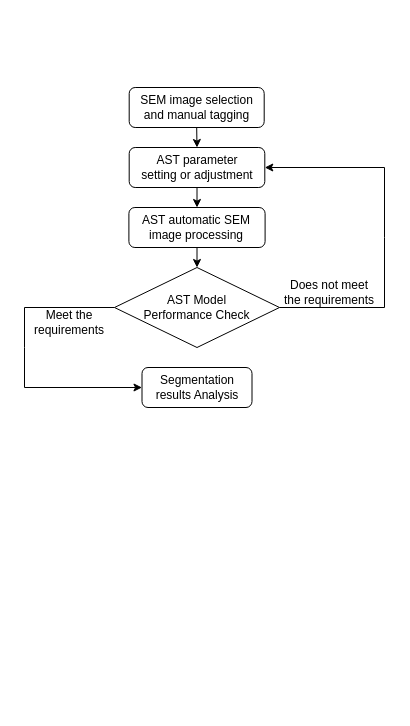
Before: 1.drawio in Wang194/sust, a draw.io diagram. Source tidied: cells renumbered, new cells numbered last; positions are measured from the earlier drawing's top-left corner, leaving out a move shared by most shapes. Both pictures are drawn from the tidied source at 100%, with x=0, y=0 at pixel (24, 87).
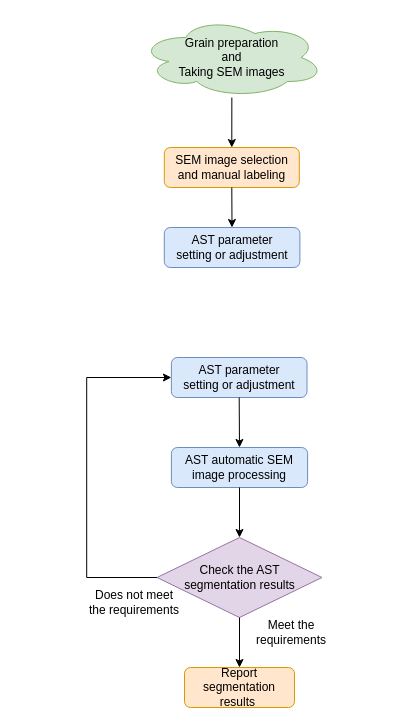
The same diagram, later.

The edit, as a diff of the source:
```diff
@@
 <mxGraphModel>
   <root>
     <mxCell id="0" />
     <mxCell id="1" parent="0" />
-    <mxCell id="2" value="SEM image selection and manual tagging" style="rounded=1;whiteSpace=wrap;html=1;" parent="1" vertex="1">
-      <mxGeometry x="104.7" width="135" height="40" as="geometry" />
+    <mxCell id="2" value="SEM image selection and manual labeling" style="rounded=1;whiteSpace=wrap;html=1;fillColor=#ffe6cc;strokeColor=#d79b00;" parent="1" vertex="1">
+      <mxGeometry x="139.8" y="60" width="135" height="40" as="geometry" />
     </mxCell>
-    <mxCell id="3" value="AST parameter &lt;br&gt;setting or adjustment" style="rounded=1;whiteSpace=wrap;html=1;" parent="1" vertex="1">
-      <mxGeometry x="104.7" y="60" width="135.6" height="40" as="geometry" />
+    <mxCell id="3" value="AST parameter &lt;br&gt;setting or adjustment" style="rounded=1;whiteSpace=wrap;html=1;fillColor=#dae8fc;strokeColor=#6c8ebf;" parent="1" vertex="1">
+      <mxGeometry x="146.9" y="270" width="135.6" height="40" as="geometry" />
     </mxCell>
-    <mxCell id="4" value="AST automatic SEM image processing" style="rounded=1;whiteSpace=wrap;html=1;" parent="1" vertex="1">
-      <mxGeometry x="104.4" y="120" width="136.2" height="40" as="geometry" />
+    <mxCell id="4" value="AST automatic SEM image processing" style="rounded=1;whiteSpace=wrap;html=1;fillColor=#dae8fc;strokeColor=#6c8ebf;" parent="1" vertex="1">
+      <mxGeometry x="146.9" y="360" width="136.2" height="40" as="geometry" />
     </mxCell>
-    <mxCell id="5" value="AST Model &lt;br&gt;Performance Check" style="rhombus;whiteSpace=wrap;html=1;" parent="1" vertex="1">
-      <mxGeometry x="90" y="180" width="165" height="80" as="geometry" />
+    <mxCell id="5" value="Check the AST &lt;br&gt;segmentation results" style="rhombus;whiteSpace=wrap;html=1;fillColor=#e1d5e7;strokeColor=#9673a6;" parent="1" vertex="1">
+      <mxGeometry x="132.5" y="450" width="165" height="80" as="geometry" />
     </mxCell>
-    <mxCell id="6" style="endArrow=classic;html=1;rounded=0;exitX=1;exitY=0.5;exitDx=0;exitDy=0;entryX=1;entryY=0.5;entryDx=0;entryDy=0;" parent="1" edge="1" source="5" target="3">
-      <mxGeometry relative="1" as="geometry">
-        <Array as="points">
-          <mxPoint x="360" y="220" />
-          <mxPoint x="360" y="150" />
-          <mxPoint x="360" y="80" />
-        </Array>
-      </mxGeometry>
-    </mxCell>
     <mxCell id="7" value="Does not meet the requirements" style="text;html=1;strokeColor=none;fillColor=none;align=center;verticalAlign=middle;whiteSpace=wrap;rounded=0;" parent="1" vertex="1">
-      <mxGeometry x="255" y="190" width="100" height="30" as="geometry" />
+      <mxGeometry x="60" y="500" width="100" height="30" as="geometry" />
     </mxCell>
-    <mxCell id="8" value="Segmentation results Analysis" style="rounded=1;whiteSpace=wrap;html=1;" parent="1" vertex="1">
-      <mxGeometry x="117.5" y="280" width="110" height="40" as="geometry" />
+    <mxCell id="8" value="Report&lt;br&gt;segmentation results&amp;nbsp;" style="rounded=1;whiteSpace=wrap;html=1;fillColor=#ffe6cc;strokeColor=#d79b00;" parent="1" vertex="1">
+      <mxGeometry x="160" y="580" width="110" height="40" as="geometry" />
     </mxCell>
-    <mxCell id="9" style="endArrow=classic;html=1;rounded=0;exitX=0;exitY=0.5;exitDx=0;exitDy=0;entryX=0;entryY=0.5;entryDx=0;entryDy=0;" parent="1" edge="1" source="5" target="8">
-      <mxGeometry relative="1" as="geometry">
-        <Array as="points">
-          <mxPoint y="220" />
-          <mxPoint y="260" />
-          <mxPoint y="300" />
-        </Array>
-      </mxGeometry>
-    </mxCell>
     <mxCell id="10" value="Meet the requirements" style="text;html=1;strokeColor=none;fillColor=none;align=center;verticalAlign=middle;whiteSpace=wrap;rounded=0;" parent="1" vertex="1">
-      <mxGeometry y="220" width="90" height="30" as="geometry" />
+      <mxGeometry x="222.2" y="530" width="90" height="30" as="geometry" />
     </mxCell>
     <mxCell id="11" style="endArrow=classic;html=1;rounded=0;exitX=0.5;exitY=1;exitDx=0;exitDy=0;entryX=0.5;entryY=0;entryDx=0;entryDy=0;" parent="1" edge="1" source="3" target="4">
       <mxGeometry relative="1" as="geometry" />
     </mxCell>
     <mxCell id="12" style="endArrow=classic;html=1;rounded=0;exitX=0.5;exitY=1;exitDx=0;exitDy=0;entryX=0.5;entryY=0;entryDx=0;entryDy=0;" parent="1" edge="1" source="4" target="5">
       <mxGeometry relative="1" as="geometry" />
     </mxCell>
-    <mxCell id="13" style="endArrow=classic;html=1;rounded=0;exitX=0.5;exitY=1;exitDx=0;exitDy=0;entryX=0.5;entryY=0;entryDx=0;entryDy=0;" parent="1" edge="1" source="2" target="3">
+    <mxCell id="13" style="endArrow=classic;html=1;rounded=0;exitX=0.5;exitY=1;exitDx=0;exitDy=0;" parent="1" edge="1" source="2" target="14">
       <mxGeometry relative="1" as="geometry" />
     </mxCell>
+    <mxCell id="9" style="endArrow=classic;html=1;rounded=0;exitX=0.5;exitY=1;exitDx=0;exitDy=0;entryX=0.5;entryY=0;entryDx=0;entryDy=0;" parent="1" edge="1" source="5" target="8">
+      <mxGeometry relative="1" as="geometry" />
+    </mxCell>
+    <mxCell id="6" style="endArrow=classic;html=1;rounded=0;exitX=0;exitY=0.5;exitDx=0;exitDy=0;entryX=0;entryY=0.5;entryDx=0;entryDy=0;" parent="1" edge="1" source="5" target="3">
+      <mxGeometry relative="1" as="geometry">
+        <Array as="points">
+          <mxPoint x="62.2" y="490" />
+          <mxPoint x="62.2" y="290" />
+        </Array>
+      </mxGeometry>
+    </mxCell>
+    <mxCell id="14" value="AST parameter &lt;br&gt;setting or adjustment" style="rounded=1;whiteSpace=wrap;html=1;fillColor=#dae8fc;strokeColor=#6c8ebf;" parent="1" vertex="1">
+      <mxGeometry x="139.8" y="140" width="135.6" height="40" as="geometry" />
+    </mxCell>
+    <mxCell id="15" value="&lt;div&gt;Grain preparation&lt;/div&gt;&lt;div&gt;and&lt;/div&gt;&lt;div&gt;Taking SEM images&lt;/div&gt;" style="ellipse;shape=cloud;whiteSpace=wrap;html=1;fillColor=#d5e8d4;strokeColor=#82b366;" parent="1" vertex="1">
+      <mxGeometry x="115" y="-70" width="184.7" height="80" as="geometry" />
+    </mxCell>
+    <mxCell id="16" style="endArrow=classic;html=1;rounded=0;" parent="1" edge="1" source="15" target="2">
+      <mxGeometry relative="1" as="geometry" />
+    </mxCell>
   </root>
 </mxGraphModel>
```
